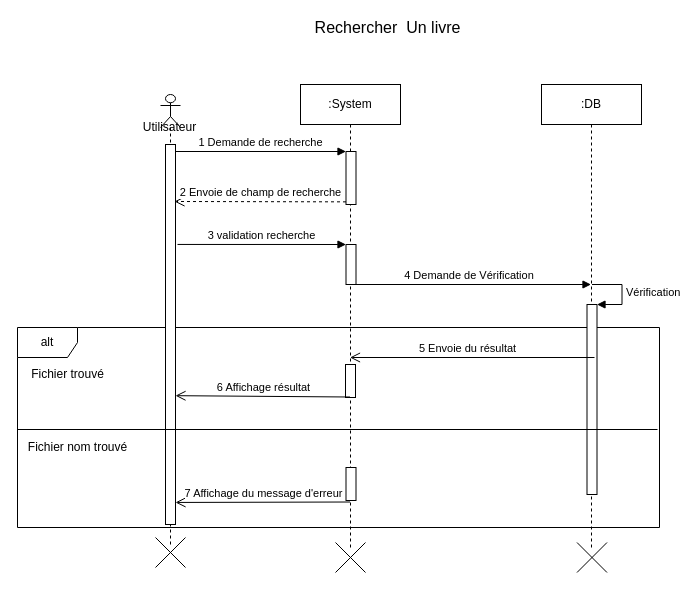
This is page "Recfercher Document" (11 of 17) of Untitled Diagram.drawio from keidy001/virtual-biblio, a draw.io file, before an edit. Source tidied: cells renumbered, new cells numbered last; positions are measured from the earlier drawing's top-left corner, leaving out a move shared by most shapes. Both pictures are drawn from the tidied source at 100%, with x=0, y=0 at pixel (17, 17).
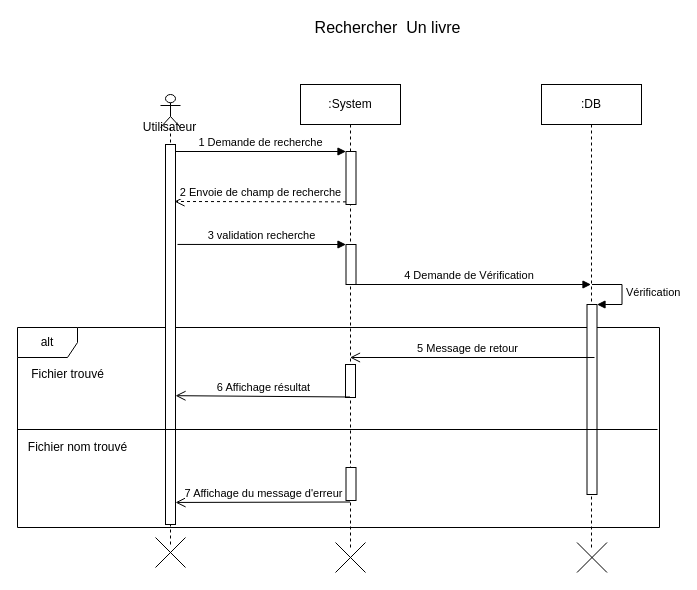
Above is the later version.

Diff of the diagram source:
```diff
@@
-    <mxCell id="19" value="5 Envoie du résultat" style="html=1;verticalAlign=bottom;endArrow=open;endSize=8;rounded=0;exitX=0.75;exitY=1.05;exitDx=0;exitDy=0;exitPerimeter=0;" parent="1" edge="1">
+    <mxCell id="19" value="5 Message de retour" style="html=1;verticalAlign=bottom;endArrow=open;endSize=8;rounded=0;exitX=0.75;exitY=1.05;exitDx=0;exitDy=0;exitPerimeter=0;" parent="1" edge="1">
       <mxGeometry x="0.04" relative="1" as="geometry">
         <mxPoint x="577" y="340" as="sourcePoint" />
         <mxPoint x="332.5" y="340" as="targetPoint" />
       </mxGeometry>
     </mxCell>
```
